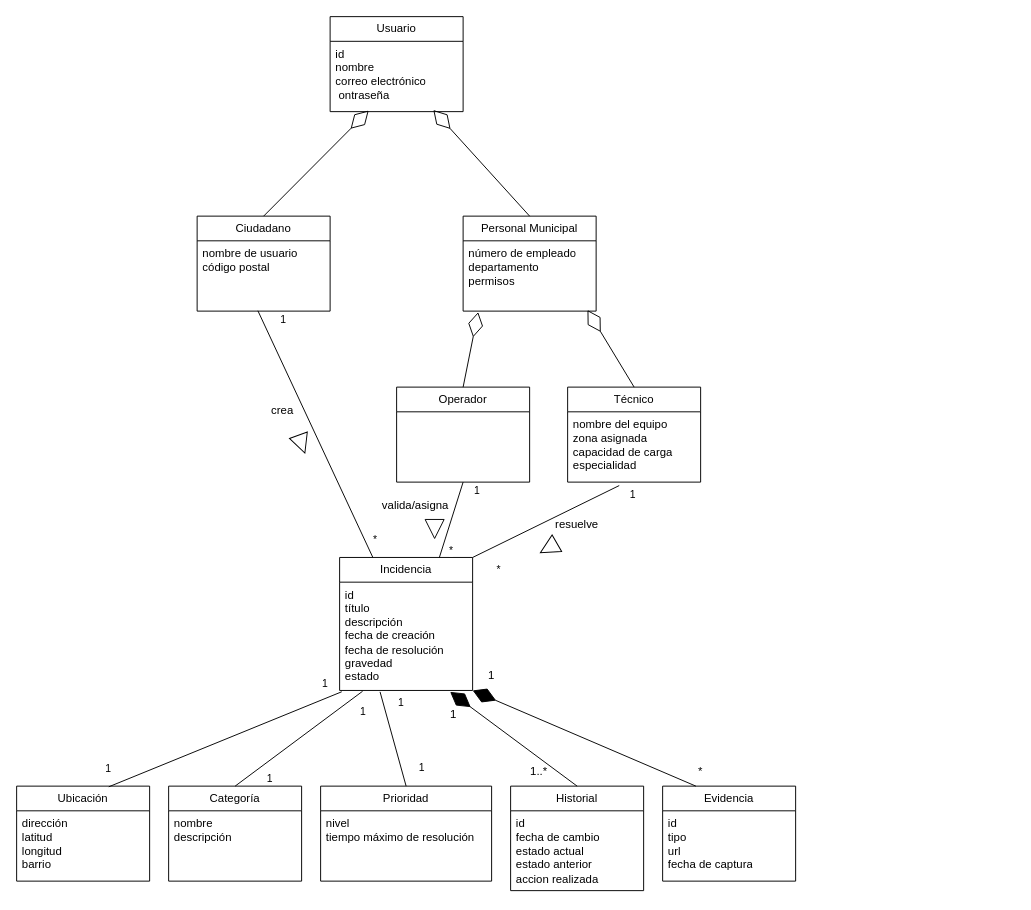
This is Diagrams/Diagrama_Modelo_de_datos.drawio from javimoralesg/UrbanDesk, a draw.io file, before an edit. Source tidied: cells renumbered, new cells numbered last; positions are measured from the earlier drawing's top-left corner, leaving out a move shared by most shapes. Both pictures are drawn from the tidied source at 95%, with x=0, y=0 at pixel (16, 16).
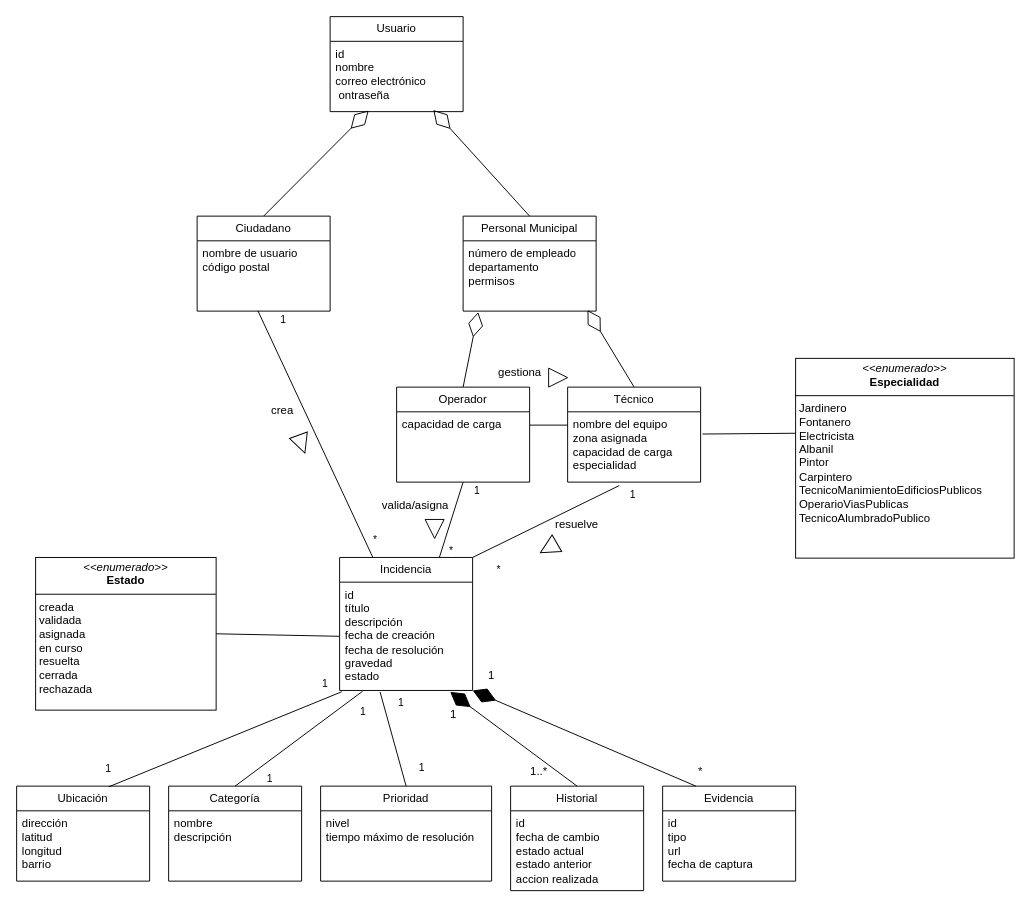
Above is the later version.

Commit message:
add Diagrama de modelo de Datos

Unchanged cells that the change refers to:
```xml
<mxCell id="8" value="Operador" style="swimlane;fontStyle=0;horizontal=1;startSize=26;fillColor=none;whiteSpace=wrap;html=1;" parent="1" vertex="1">
  <mxGeometry x="400" y="390" width="140" height="100" as="geometry" />
</mxCell>
<mxCell id="10" value="&lt;div&gt;nombre del equipo&lt;/div&gt;&lt;div&gt;zona asignada&lt;/div&gt;&lt;div&gt;capacidad de carga&lt;/div&gt;&lt;div&gt;especialidad&lt;/div&gt;" style="text;strokeColor=none;fillColor=none;align=left;verticalAlign=top;spacingLeft=4;spacingRight=4;overflow=hidden;points=[[0,0.5],[1,0.5]];portConstraint=eastwest;whiteSpace=wrap;html=1;" parent="9" vertex="1">
  <mxGeometry y="26" width="140" height="74" as="geometry" />
</mxCell>
<mxCell id="12" value="id&lt;div&gt;título&lt;/div&gt;&lt;div&gt;descripción&lt;/div&gt;&lt;div&gt;fecha de creación&lt;/div&gt;&lt;div&gt;fecha de resolución&lt;/div&gt;&lt;div&gt;gravedad&lt;/div&gt;&lt;div&gt;estado&lt;/div&gt;" style="text;strokeColor=none;fillColor=none;align=left;verticalAlign=top;spacingLeft=4;spacingRight=4;overflow=hidden;points=[[0,0.5],[1,0.5]];portConstraint=eastwest;whiteSpace=wrap;html=1;" parent="11" vertex="1">
  <mxGeometry y="26" width="140" height="114" as="geometry" />
</mxCell>
```

Change to the diagram source:
```diff
@@
+    <mxCell id="57" value="capacidad de carga" style="text;strokeColor=none;fillColor=none;align=left;verticalAlign=top;spacingLeft=4;spacingRight=4;overflow=hidden;whiteSpace=wrap;html=1;" parent="8" vertex="1">
+      <mxGeometry y="26" width="140" height="74" as="geometry" />
+    </mxCell>
@@
+    <mxCell id="58" value="&lt;p style=&quot;margin:0px;margin-top:4px;text-align:center;&quot;&gt;&lt;i&gt;&amp;lt;&amp;lt;enumerado&amp;gt;&amp;gt;&lt;/i&gt;&lt;br&gt;&lt;b&gt;Estado&lt;/b&gt;&lt;/p&gt;&lt;hr size=&quot;1&quot; style=&quot;border-style:solid;&quot;&gt;&lt;p style=&quot;margin:0px;margin-left:4px;&quot;&gt;creada&lt;/p&gt;&lt;p style=&quot;margin:0px;margin-left:4px;&quot;&gt;validada&lt;/p&gt;&lt;p style=&quot;margin:0px;margin-left:4px;&quot;&gt;asignada&lt;/p&gt;&lt;p style=&quot;margin:0px;margin-left:4px;&quot;&gt;en curso&lt;/p&gt;&lt;p style=&quot;margin:0px;margin-left:4px;&quot;&gt;resuelta&lt;/p&gt;&lt;p style=&quot;margin:0px;margin-left:4px;&quot;&gt;cerrada&lt;/p&gt;&lt;p style=&quot;margin:0px;margin-left:4px;&quot;&gt;rechazada&lt;/p&gt;" style="verticalAlign=top;align=left;overflow=fill;html=1;whiteSpace=wrap;" parent="1" vertex="1">
+      <mxGeometry x="20" y="569.3" width="190" height="160.7" as="geometry" />
+    </mxCell>
+    <mxCell id="59" value="&lt;p style=&quot;margin:0px;margin-top:4px;text-align:center;&quot;&gt;&lt;i&gt;&amp;lt;&amp;lt;enumerado&amp;gt;&amp;gt;&lt;/i&gt;&lt;br&gt;&lt;b&gt;Especialidad&lt;/b&gt;&lt;/p&gt;&lt;hr size=&quot;1&quot; style=&quot;border-style:solid;&quot;&gt;&lt;p style=&quot;margin:0px;margin-left:4px;&quot;&gt;Jardinero&lt;/p&gt;&lt;p style=&quot;margin:0px;margin-left:4px;&quot;&gt;Fontanero&lt;/p&gt;&lt;p style=&quot;margin:0px;margin-left:4px;&quot;&gt;Electricista&lt;/p&gt;&lt;p style=&quot;margin:0px;margin-left:4px;&quot;&gt;Albanil&lt;/p&gt;&lt;p style=&quot;margin:0px;margin-left:4px;&quot;&gt;Pintor&lt;/p&gt;&lt;p style=&quot;margin:0px;margin-left:4px;&quot;&gt;Carpintero&lt;/p&gt;&lt;p style=&quot;margin:0px;margin-left:4px;&quot;&gt;TecnicoManimientoEdificiosPublicos&lt;/p&gt;&lt;p style=&quot;margin:0px;margin-left:4px;&quot;&gt;OperarioViasPublicas&lt;/p&gt;&lt;p style=&quot;margin:0px;margin-left:4px;&quot;&gt;TecnicoAlumbradoPublico&lt;/p&gt;" style="verticalAlign=top;align=left;overflow=fill;html=1;whiteSpace=wrap;" parent="1" vertex="1">
+      <mxGeometry x="820" y="359.7" width="230" height="210.3" as="geometry" />
+    </mxCell>
+    <mxCell id="60" style="endArrow=none;html=1;rounded=0;exitX=-0.001;exitY=0.375;exitDx=0;exitDy=0;entryX=1.014;entryY=0.316;entryDx=0;entryDy=0;exitPerimeter=0;entryPerimeter=0;" parent="1" edge="1" source="59" target="10">
+      <mxGeometry relative="1" as="geometry" />
+    </mxCell>
+    <mxCell id="61" style="endArrow=none;html=1;rounded=0;exitX=0;exitY=0.5;exitDx=0;exitDy=0;entryX=1;entryY=0.5;entryDx=0;entryDy=0;" parent="1" edge="1" source="12" target="58">
+      <mxGeometry relative="1" as="geometry" />
+    </mxCell>
+    <mxCell id="62" style="endArrow=none;html=1;rounded=0;entryX=1.014;entryY=0.316;entryDx=0;entryDy=0;entryPerimeter=0;" parent="1" edge="1">
+      <mxGeometry relative="1" as="geometry">
+        <mxPoint x="580" y="430" as="sourcePoint" />
+        <mxPoint x="540" y="430" as="targetPoint" />
+      </mxGeometry>
+    </mxCell>
+    <mxCell id="63" value="gestiona" style="text;html=1;whiteSpace=wrap;strokeColor=none;fillColor=none;align=center;verticalAlign=middle;rounded=0;" parent="1" vertex="1">
+      <mxGeometry x="500" y="360" width="60" height="30" as="geometry" />
+    </mxCell>
+    <mxCell id="64" style="triangle;whiteSpace=wrap;html=1;rotation=0;" parent="1" vertex="1">
+      <mxGeometry x="560" y="370" width="20" height="20" as="geometry" />
+    </mxCell>
```
